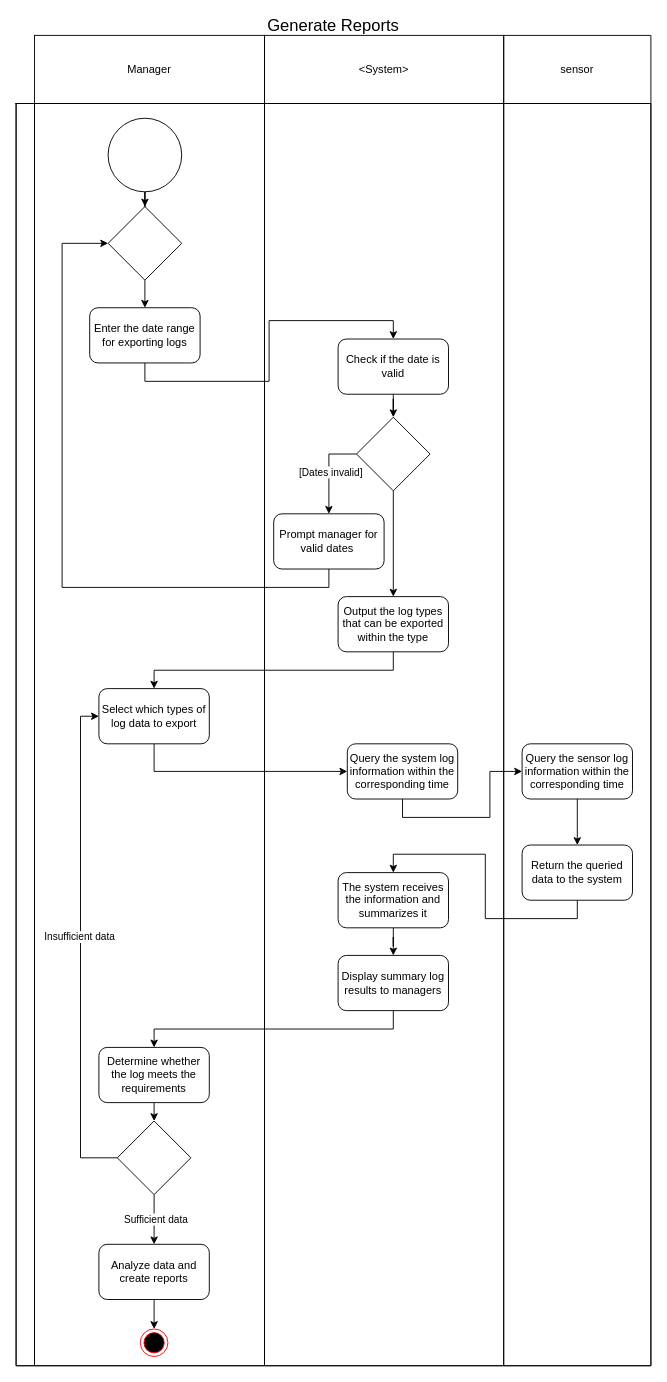
This is 未命名绘图.drawio from demosRun/INFO6030, a draw.io file, before an edit. Source tidied: cells renumbered, new cells numbered last; positions are measured from the earlier drawing's top-left corner, leaving out a move shared by most shapes. Both pictures are drawn from the tidied source at 92%, with x=0, y=0 at pixel (16, 17).
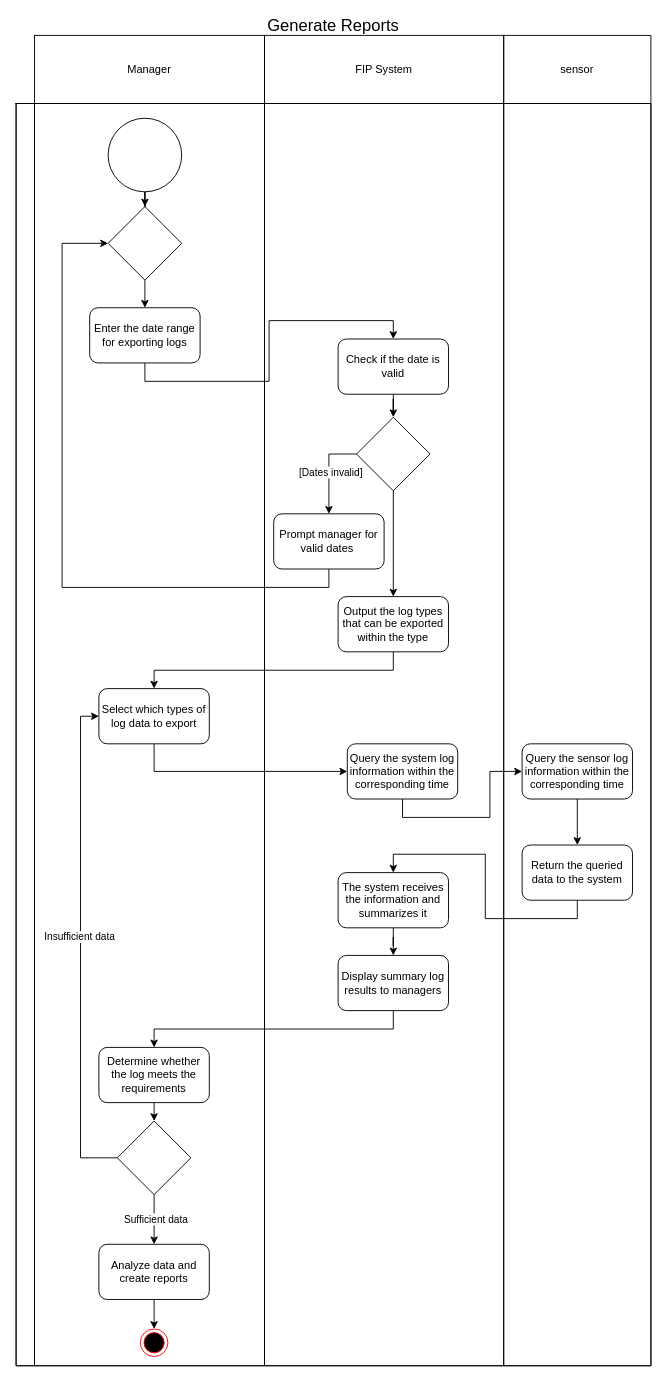
After the change.

Commit message (it also covers changes not shown here):
未命名绘图.drawio

Unchanged cells that the change refers to:
```xml
<mxCell id="3" style="shape=partialRectangle;html=1;whiteSpace=wrap;fillColor=none;top=0;left=0;bottom=0;right=0;strokeColor=none;" parent="2" vertex="1">
  <mxGeometry y="20" width="690" height="74" as="geometry" />
</mxCell>
```

The edit, as a diff of the source:
```diff
@@
-    <mxCell id="6" value="&amp;lt;System&amp;gt;" style="shape=partialRectangle;html=1;whiteSpace=wrap;fillColor=none;top=1;left=1;bottom=1;right=1;overflow=hidden;" parent="3" vertex="1">
+    <mxCell id="6" value="FIP System" style="shape=partialRectangle;html=1;whiteSpace=wrap;fillColor=none;top=1;left=1;bottom=1;right=1;overflow=hidden;" parent="3" vertex="1">
       <mxGeometry x="270" width="260" height="74" as="geometry" />
     </mxCell>
```
